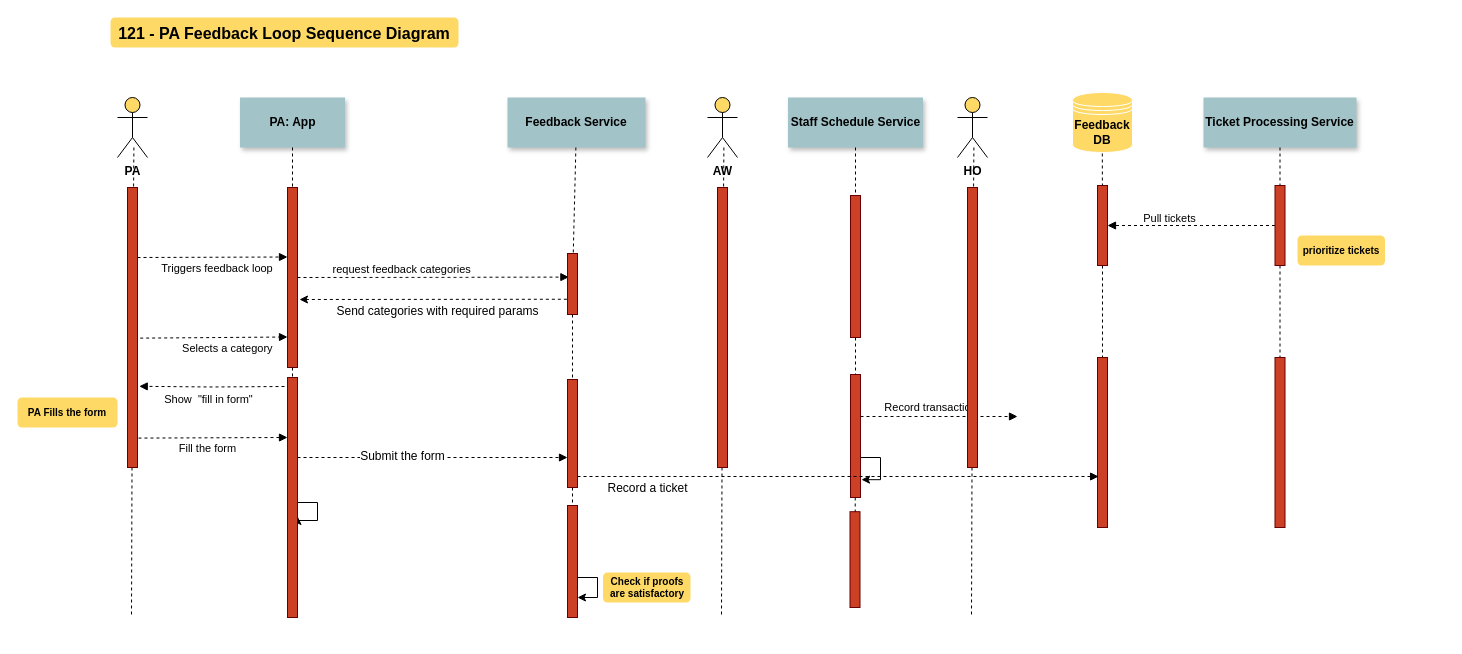
The draw.io diagram Sequence Diagrams/PA Feedback loop.drawio in nsward/diagrams, before the edit. Source tidied: cells renumbered, new cells numbered last; positions are measured from the earlier drawing's top-left corner, leaving out a move shared by most shapes. Both pictures are drawn from the tidied source at 100%, with x=0, y=0 at pixel (17, 17).
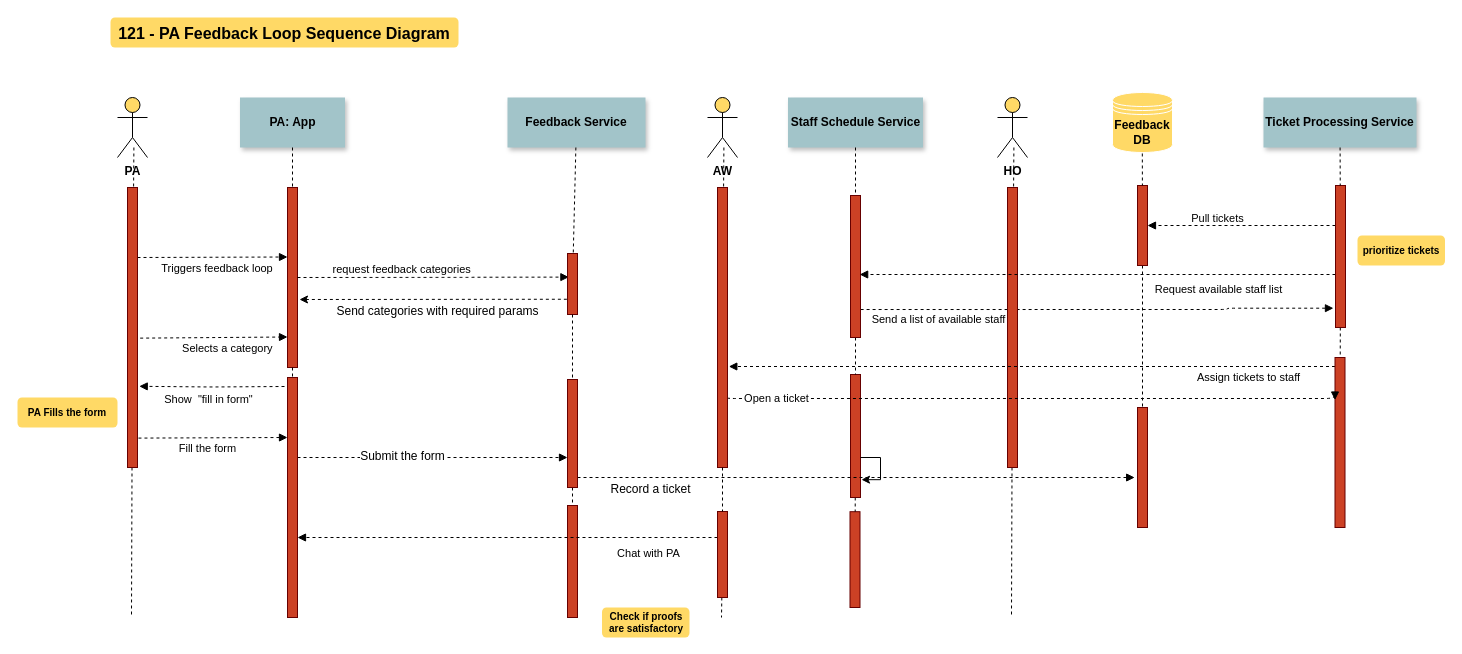
The same page after the edit.

The change refers to these unchanged cells:
```xml
<mxCell id="17" style="fillColor=#CC4125;strokeColor=#660000;" parent="1" vertex="1">
  <mxGeometry x="270" y="360" width="10" height="240" as="geometry" />
</mxCell>
<mxCell id="20" style="fillColor=#CC4125;strokeColor=#660000;" parent="1" vertex="1">
  <mxGeometry x="550" y="488" width="10" height="112" as="geometry" />
</mxCell>
<mxCell id="32" style="fillColor=#CC4125;strokeColor=#660000;" parent="1" vertex="1">
  <mxGeometry x="833" y="178" width="10" height="142" as="geometry" />
</mxCell>
<mxCell id="41" style="fillColor=#CC4125;strokeColor=#660000;" parent="1" vertex="1">
  <mxGeometry x="550" y="362" width="10" height="108" as="geometry" />
</mxCell>
```

The edit, as a diff of the source:
```diff
@@
     <mxCell id="8" style="edgeStyle=none;endArrow=none;dashed=1;" parent="1" edge="1" source="34" target="9">
-      <mxGeometry x="767" y="270" as="geometry" />
+      <mxGeometry x="807" y="270" as="geometry" />
     </mxCell>
     <mxCell id="9" style="fillColor=#CC4125;strokeColor=#660000;" parent="1" vertex="1">
-      <mxGeometry x="1080" y="340" width="10" height="170" as="geometry" />
+      <mxGeometry x="1120" y="390" width="10" height="120" as="geometry" />
     </mxCell>
@@
-    <mxCell id="12" style="edgeStyle=orthogonalEdgeStyle;rounded=0;orthogonalLoop=1;jettySize=auto;html=1;fontSize=15;entryX=1.011;entryY=0.579;entryDx=0;entryDy=0;entryPerimeter=0;exitX=1;exitY=0.5;exitDx=0;exitDy=0;" parent="1" edge="1" source="17" target="17">
-      <mxGeometry relative="1" as="geometry">
-        <Array as="points">
-          <mxPoint x="300" y="485" />
-          <mxPoint x="300" y="503" />
-        </Array>
-      </mxGeometry>
-    </mxCell>
@@
-    <mxCell id="25" style="edgeStyle=orthogonalEdgeStyle;rounded=1;orthogonalLoop=1;jettySize=auto;html=1;dashed=1;verticalAlign=bottom;endFill=1;endArrow=block;startFill=0;startArrow=none;" parent="1" edge="1">
+    <mxCell id="25" style="edgeStyle=orthogonalEdgeStyle;rounded=1;jettySize=auto;html=1;dashed=1;verticalAlign=bottom;endFill=1;endArrow=block;startFill=0;startArrow=none;exitX=1.01;exitY=0.803;exitDx=0;exitDy=0;exitPerimeter=0;entryX=-0.205;entryY=0.864;entryDx=0;entryDy=0;entryPerimeter=0;" parent="1" edge="1" source="32" target="69">
       <mxGeometry relative="1" as="geometry">
-        <mxPoint x="843" y="399" as="sourcePoint" />
-        <mxPoint x="1000" y="399" as="targetPoint" />
         <Array as="points">
-          <mxPoint x="890" y="399" />
-          <mxPoint x="890" y="399" />
+          <mxPoint x="1210" y="292" />
+          <mxPoint x="1210" y="291" />
         </Array>
       </mxGeometry>
     </mxCell>
-    <mxCell id="26" value="Record transaction" style="text;html=1;align=center;verticalAlign=bottom;labelBackgroundColor=#ffffff;rounded=1;dashed=1;fontSize=11;strokeColor=#000000;endFill=1;endArrow=block;startFill=0;startArrow=none;" parent="25" vertex="1">
+    <mxCell id="26" value="Send a list of available staff" style="text;html=1;align=center;verticalAlign=bottom;labelBackgroundColor=#ffffff;rounded=1;dashed=1;fontSize=11;strokeColor=#000000;endFill=1;endArrow=block;startFill=0;startArrow=none;" parent="25" vertex="1">
       <mxGeometry y="10" relative="1" as="geometry">
-        <mxPoint x="-10" y="9" as="offset" />
+        <mxPoint x="-159.5" y="28" as="offset" />
       </mxGeometry>
     </mxCell>
@@
     <mxCell id="29" value="Check if proofs are satisfactory" style="rounded=1;fontStyle=1;fillColor=#FFD966;strokeColor=none;whiteSpace=wrap;fontSize=10;" parent="1" vertex="1">
-      <mxGeometry x="585.5" y="555" width="87.5" height="30" as="geometry" />
+      <mxGeometry x="584.5" y="590" width="87.5" height="30" as="geometry" />
     </mxCell>
@@
     <mxCell id="34" style="fillColor=#CC4125;strokeColor=#660000;" parent="1" vertex="1">
-      <mxGeometry x="1080" y="168" width="10" height="80" as="geometry" />
+      <mxGeometry x="1120" y="168" width="10" height="80" as="geometry" />
     </mxCell>
     <mxCell id="35" style="edgeStyle=none;endArrow=none;dashed=1;" parent="1" edge="1" target="34">
-      <mxGeometry x="767" y="270" as="geometry">
-        <mxPoint x="1084.8" y="130" as="sourcePoint" />
+      <mxGeometry x="807" y="270" as="geometry">
+        <mxPoint x="1124.8" y="130" as="sourcePoint" />
       </mxGeometry>
     </mxCell>
@@
     <mxCell id="37" value="prioritize tickets" style="rounded=1;fontStyle=1;fillColor=#FFD966;strokeColor=none;whiteSpace=wrap;fontSize=10;" parent="1" vertex="1">
-      <mxGeometry x="1280" y="218" width="87.5" height="30" as="geometry" />
+      <mxGeometry x="1340" y="218" width="87.5" height="30" as="geometry" />
     </mxCell>
-    <mxCell id="38" style="edgeStyle=orthogonalEdgeStyle;rounded=0;jettySize=auto;html=1;exitX=1;exitY=0.75;exitDx=0;exitDy=0;fontSize=15;" parent="1" edge="1" source="20">
-      <mxGeometry relative="1" as="geometry">
-        <mxPoint x="560" y="580" as="targetPoint" />
-        <Array as="points">
-          <mxPoint x="560" y="560" />
-          <mxPoint x="580" y="560" />
-          <mxPoint x="580" y="580" />
-        </Array>
-      </mxGeometry>
-    </mxCell>
-    <mxCell id="39" style="edgeStyle=elbowEdgeStyle;jettySize=auto;elbow=vertical;html=1;entryX=0.11;entryY=0.701;entryDx=0;entryDy=0;dashed=1;startFill=0;endArrow=block;endFill=1;entryPerimeter=0;" parent="1" edge="1" source="41" target="9">
+    <mxCell id="39" style="edgeStyle=elbowEdgeStyle;jettySize=auto;elbow=vertical;html=1;dashed=1;startFill=0;endArrow=block;endFill=1;entryX=-0.283;entryY=0.586;entryDx=0;entryDy=0;entryPerimeter=0;" parent="1" edge="1" source="41" target="9">
       <mxGeometry relative="1" as="geometry" />
     </mxCell>
@@
     <mxCell id="52" style="group;" parent="1" vertex="1">
-      <mxGeometry x="940" y="80" width="30" height="520" as="geometry" />
+      <mxGeometry x="980" y="80" width="30" height="520" as="geometry" />
     </mxCell>
@@
-    <mxCell id="58" style="group;" parent="1" vertex="1">
-      <mxGeometry x="690" y="80" width="30" height="520" as="geometry" />
-    </mxCell>
-    <mxCell id="59" style="edgeStyle=none;endArrow=none;dashed=1;" parent="58" edge="1" target="62">
-      <mxGeometry x="-35.4" y="145" as="geometry">
-        <mxPoint x="16.4" y="50" as="sourcePoint" />
-      </mxGeometry>
-    </mxCell>
-    <mxCell id="60" style="group;" parent="58" vertex="1">
-      <mxGeometry width="30" height="520" as="geometry" />
-    </mxCell>
-    <mxCell id="61" style="edgeStyle=none;endArrow=none;dashed=1;" parent="60" edge="1" source="62">
-      <mxGeometry x="-35.4" y="145" as="geometry">
-        <mxPoint x="14" y="520" as="targetPoint" />
-      </mxGeometry>
-    </mxCell>
-    <mxCell id="62" style="fillColor=#CC4125;strokeColor=#660000;" parent="60" vertex="1">
-      <mxGeometry x="10" y="90" width="10" height="280" as="geometry" />
-    </mxCell>
-    <mxCell id="63" value="AW" style="shape=umlActor;verticalLabelPosition=bottom;labelBackgroundColor=none;verticalAlign=top;html=1;fillColor=#FFD966;fontStyle=1;" parent="60" vertex="1">
-      <mxGeometry width="30" height="60" as="geometry" />
-    </mxCell>
     <mxCell id="64" value="Ticket Processing Service" style="shadow=1;fillColor=#A2C4C9;strokeColor=none;whiteSpace=wrap;fontStyle=1;" parent="1" vertex="1">
-      <mxGeometry x="1186" y="80" width="153" height="50" as="geometry" />
+      <mxGeometry x="1246" y="80" width="153" height="50" as="geometry" />
     </mxCell>
     <mxCell id="65" style="edgeStyle=none;endArrow=none;dashed=1;" parent="1" edge="1" source="69" target="66">
-      <mxGeometry x="944.5" y="270" as="geometry" />
+      <mxGeometry x="1004.5" y="270" as="geometry" />
     </mxCell>
+    <mxCell id="72" style="edgeStyle=elbowEdgeStyle;jettySize=auto;elbow=vertical;html=1;dashed=1;startFill=0;endArrow=block;endFill=1;fontSize=11;entryX=1.133;entryY=0.641;entryDx=0;entryDy=0;entryPerimeter=0;" parent="1" edge="1" source="66" target="62">
+      <mxGeometry relative="1" as="geometry" />
+    </mxCell>
+    <mxCell id="73" value="Assign tickets to staff" style="text;html=1;align=center;verticalAlign=middle;labelBackgroundColor=#ffffff;fontSize=11;" parent="72" vertex="1">
+      <mxGeometry y="168" relative="1" as="geometry">
+        <mxPoint x="216" y="-157.5" as="offset" />
+      </mxGeometry>
+    </mxCell>
     <mxCell id="66" style="fillColor=#CC4125;strokeColor=#660000;" parent="1" vertex="1">
-      <mxGeometry x="1257.5" y="340" width="10" height="170" as="geometry" />
+      <mxGeometry x="1317.5" y="340" width="10" height="170" as="geometry" />
     </mxCell>
@@
+    <mxCell id="74" style="edgeStyle=elbowEdgeStyle;jettySize=auto;elbow=vertical;html=1;entryX=0.917;entryY=0.556;entryDx=0;entryDy=0;entryPerimeter=0;dashed=1;startFill=0;endArrow=block;endFill=1;fontSize=16;" parent="1" edge="1" source="69" target="32">
+      <mxGeometry relative="1" as="geometry" />
+    </mxCell>
+    <mxCell id="75" value="Request available staff list" style="text;html=1;align=center;verticalAlign=bottom;labelBackgroundColor=#ffffff;fontSize=11;rounded=1;dashed=1;strokeColor=#000000;endFill=1;endArrow=block;startFill=0;startArrow=none;" parent="74" vertex="1">
+      <mxGeometry y="116" relative="1" as="geometry">
+        <mxPoint x="120.5" y="-93" as="offset" />
+      </mxGeometry>
+    </mxCell>
     <mxCell id="69" style="fillColor=#CC4125;strokeColor=#660000;" parent="1" vertex="1">
-      <mxGeometry x="1257.5" y="168" width="10" height="80" as="geometry" />
+      <mxGeometry x="1318" y="168" width="10" height="142" as="geometry" />
     </mxCell>
     <mxCell id="70" style="edgeStyle=none;endArrow=none;dashed=1;" parent="1" edge="1" source="64" target="69">
-      <mxGeometry x="944.5" y="270" as="geometry" />
+      <mxGeometry x="1004.5" y="270" as="geometry" />
     </mxCell>
     <mxCell id="71" value="Feedback DB" style="shape=datastore;whiteSpace=wrap;html=1;labelBackgroundColor=none;fillColor=#FFD966;strokeColor=#FFFFFF;fontStyle=1;" parent="1" vertex="1">
-      <mxGeometry x="1055" y="75" width="60" height="60" as="geometry" />
+      <mxGeometry x="1095" y="75" width="60" height="60" as="geometry" />
     </mxCell>
+    <mxCell id="59" style="edgeStyle=none;endArrow=none;dashed=1;" parent="1" edge="1" target="62">
+      <mxGeometry x="414.6" y="205" as="geometry">
+        <mxPoint x="706.4" y="130" as="sourcePoint" />
+      </mxGeometry>
+    </mxCell>
+    <mxCell id="61" style="edgeStyle=none;endArrow=none;dashed=1;" parent="1" edge="1" source="80">
+      <mxGeometry x="414.6" y="205" as="geometry">
+        <mxPoint x="704" y="600" as="targetPoint" />
+      </mxGeometry>
+    </mxCell>
+    <mxCell id="76" style="edgeStyle=elbowEdgeStyle;jettySize=auto;elbow=vertical;html=1;exitX=1;exitY=0.75;exitDx=0;exitDy=0;entryX=0;entryY=0.25;entryDx=0;entryDy=0;dashed=1;startFill=0;endArrow=block;endFill=1;fontSize=11;" parent="1" edge="1" source="62" target="66">
+      <mxGeometry relative="1" as="geometry" />
+    </mxCell>
+    <mxCell id="77" value="Open a ticket" style="text;html=1;align=center;verticalAlign=middle;labelBackgroundColor=#ffffff;fontSize=11;" parent="76" vertex="1">
+      <mxGeometry x="-0.84" y="1" relative="1" as="geometry" />
+    </mxCell>
+    <mxCell id="62" style="fillColor=#CC4125;strokeColor=#660000;" parent="1" vertex="1">
+      <mxGeometry x="700" y="170" width="10" height="280" as="geometry" />
+    </mxCell>
+    <mxCell id="63" value="AW" style="shape=umlActor;verticalLabelPosition=bottom;labelBackgroundColor=none;verticalAlign=top;html=1;fillColor=#FFD966;fontStyle=1;" parent="1" vertex="1">
+      <mxGeometry x="690" y="80" width="30" height="60" as="geometry" />
+    </mxCell>
+    <mxCell id="78" style="edgeStyle=elbowEdgeStyle;jettySize=auto;elbow=vertical;html=1;dashed=1;startFill=0;endArrow=block;endFill=1;fontSize=11;" parent="1" edge="1" source="80" target="17">
+      <mxGeometry relative="1" as="geometry">
+        <Array as="points">
+          <mxPoint x="640" y="520" />
+        </Array>
+      </mxGeometry>
+    </mxCell>
+    <mxCell id="79" value="Chat with PA" style="text;html=1;align=center;verticalAlign=middle;labelBackgroundColor=#ffffff;fontSize=11;" parent="78" vertex="1">
+      <mxGeometry y="144" relative="1" as="geometry">
+        <mxPoint x="140" y="-128.5" as="offset" />
+      </mxGeometry>
+    </mxCell>
+    <mxCell id="80" style="fillColor=#CC4125;strokeColor=#660000;" parent="1" vertex="1">
+      <mxGeometry x="700" y="494" width="10" height="86" as="geometry" />
+    </mxCell>
+    <mxCell id="81" style="edgeStyle=none;endArrow=none;dashed=1;" parent="1" edge="1" source="62" target="80">
+      <mxGeometry x="414.6" y="205" as="geometry" />
+    </mxCell>
```
